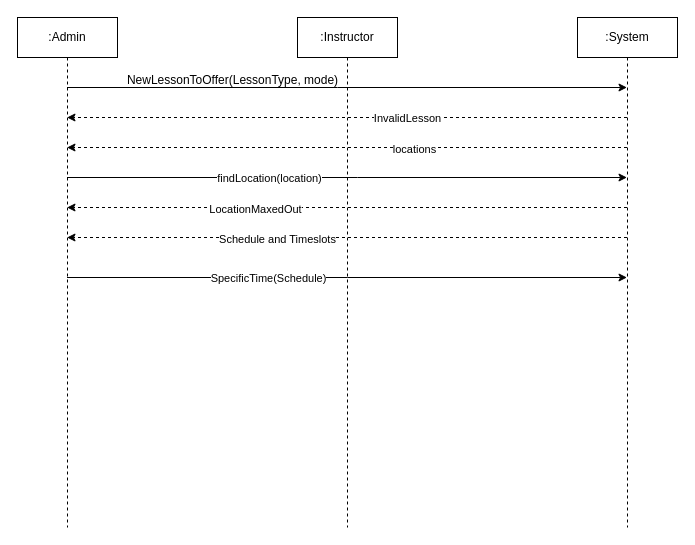
JeremyCrete/Soen342-JeremyCrete-DominicEmond keeps this draw.io diagram as Diagrams/SystemSequenceDiagram.drawio. Above is the earlier version. Source tidied: cells renumbered, new cells numbered last; positions are measured from the earlier drawing's top-left corner, leaving out a move shared by most shapes. Both pictures are drawn from the tidied source at 100%, with x=0, y=0 at pixel (17, 17).
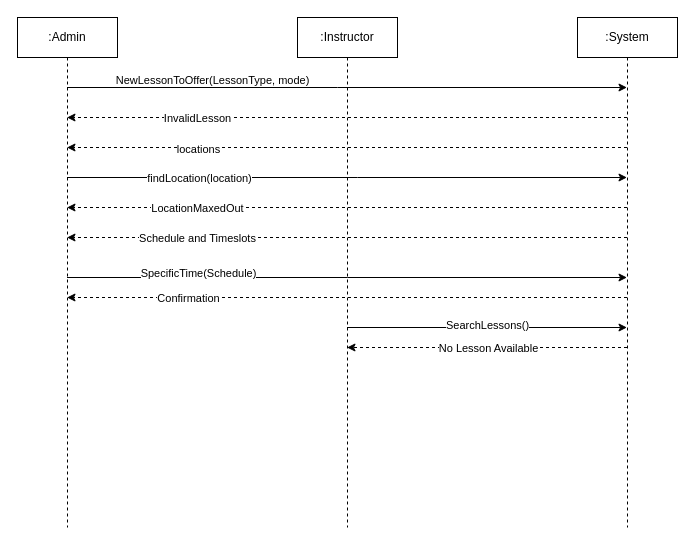
After the change.

Unchanged cells that the change refers to:
```xml
<mxCell id="2" value=":Admin" style="shape=umlLifeline;perimeter=lifelinePerimeter;whiteSpace=wrap;html=1;outlineConnect=0;portConstraint=eastwest;newEdgeStyle={&quot;curved&quot;:0,&quot;rounded&quot;:0};" parent="1" vertex="1">
  <mxGeometry width="100" height="510" as="geometry" />
</mxCell>
<mxCell id="3" value=":Instructor" style="shape=umlLifeline;perimeter=lifelinePerimeter;whiteSpace=wrap;html=1;outlineConnect=0;portConstraint=eastwest;newEdgeStyle={&quot;curved&quot;:0,&quot;rounded&quot;:0};" parent="1" vertex="1">
  <mxGeometry x="280" width="100" height="510" as="geometry" />
</mxCell>
<mxCell id="4" value=":System" style="shape=umlLifeline;perimeter=lifelinePerimeter;whiteSpace=wrap;html=1;outlineConnect=0;portConstraint=eastwest;newEdgeStyle={&quot;curved&quot;:0,&quot;rounded&quot;:0};" parent="1" vertex="1">
  <mxGeometry x="560" width="100" height="510" as="geometry" />
</mxCell>
<mxCell id="7" style="html=1;labelBackgroundColor=#ffffff;startArrow=none;startFill=0;startSize=6;endArrow=classic;endFill=1;endSize=6;jettySize=auto;strokeWidth=1;dashed=1;fontSize=14;rounded=0;" parent="1" edge="1" source="4" target="2">
  <mxGeometry relative="1" as="geometry">
    <Array as="points">
      <mxPoint x="320" y="100" />
    </Array>
  </mxGeometry>
</mxCell>
<mxCell id="9" style="html=1;labelBackgroundColor=#ffffff;startArrow=none;startFill=0;startSize=6;endArrow=classic;endFill=1;endSize=6;jettySize=auto;strokeWidth=1;dashed=1;fontSize=14;rounded=0;" parent="1" edge="1" source="4" target="2">
  <mxGeometry relative="1" as="geometry">
    <Array as="points">
      <mxPoint x="330" y="130" />
    </Array>
  </mxGeometry>
</mxCell>
<mxCell id="11" style="endArrow=classic;html=1;rounded=0;" parent="1" edge="1" source="2" target="4">
  <mxGeometry relative="1" as="geometry">
    <Array as="points">
      <mxPoint x="340" y="160" />
    </Array>
  </mxGeometry>
</mxCell>
<mxCell id="13" style="html=1;labelBackgroundColor=#ffffff;startArrow=none;startFill=0;startSize=6;endArrow=classic;endFill=1;endSize=6;jettySize=auto;strokeWidth=1;dashed=1;fontSize=14;rounded=0;" parent="1" edge="1" source="4" target="2">
  <mxGeometry relative="1" as="geometry">
    <Array as="points">
      <mxPoint x="330" y="190" />
    </Array>
  </mxGeometry>
</mxCell>
<mxCell id="15" style="html=1;labelBackgroundColor=#ffffff;startArrow=none;startFill=0;startSize=6;endArrow=classic;endFill=1;endSize=6;jettySize=auto;strokeWidth=1;dashed=1;fontSize=14;rounded=0;" parent="1" edge="1" source="4" target="2">
  <mxGeometry relative="1" as="geometry">
    <Array as="points">
      <mxPoint x="330" y="220" />
    </Array>
  </mxGeometry>
</mxCell>
<mxCell id="17" style="endArrow=classic;html=1;rounded=0;" parent="1" edge="1" source="2" target="4">
  <mxGeometry relative="1" as="geometry">
    <Array as="points">
      <mxPoint x="330" y="260" />
    </Array>
  </mxGeometry>
</mxCell>
```

Change to the diagram source:
```diff
@@
-    <mxCell id="6" value="NewLessonToOffer(LessonType, mode)" style="text;html=1;align=center;verticalAlign=middle;strokeColor=none;fillColor=none;" parent="1" vertex="1">
-      <mxGeometry x="100" y="48" width="230" height="30" as="geometry" />
+    <mxCell id="6" value="&lt;font style=&quot;font-size: 11px;&quot;&gt;NewLessonToOffer(LessonType, mode)&lt;/font&gt;" style="text;html=1;align=center;verticalAlign=middle;strokeColor=none;fillColor=none;" parent="1" vertex="1">
+      <mxGeometry x="85" y="48" width="220" height="30" as="geometry" />
     </mxCell>
@@
     <mxCell id="8" value="InvalidLesson" style="edgeLabel;html=1;align=center;verticalAlign=middle;" parent="7" vertex="1">
       <mxGeometry x="-0.2" relative="1" as="geometry">
-        <mxPoint x="4" as="offset" />
+        <mxPoint x="-206" as="offset" />
       </mxGeometry>
     </mxCell>
@@
     <mxCell id="10" value="locations" style="edgeLabel;html=1;align=center;verticalAlign=middle;" parent="9" vertex="1">
-      <mxGeometry x="-0.24" y="1" relative="1" as="geometry" />
+      <mxGeometry x="-0.24" y="1" relative="1" as="geometry">
+        <mxPoint x="-216" as="offset" />
+      </mxGeometry>
     </mxCell>
@@
     <mxCell id="12" value="findLocation(location)" style="edgeLabel;html=1;align=center;verticalAlign=middle;" parent="11" vertex="1">
-      <mxGeometry x="-0.28" relative="1" as="geometry" />
+      <mxGeometry x="-0.28" relative="1" as="geometry">
+        <mxPoint x="-70" as="offset" />
+      </mxGeometry>
     </mxCell>
@@
     <mxCell id="14" value="LocationMaxedOut" style="edgeLabel;html=1;align=center;verticalAlign=middle;" parent="13" vertex="1">
-      <mxGeometry x="0.33" y="1" relative="1" as="geometry" />
+      <mxGeometry x="0.33" y="1" relative="1" as="geometry">
+        <mxPoint x="-58" y="-1" as="offset" />
+      </mxGeometry>
     </mxCell>
@@
     <mxCell id="16" value="Schedule and Timeslots" style="edgeLabel;html=1;align=center;verticalAlign=middle;" parent="15" vertex="1">
-      <mxGeometry x="0.25" y="1" relative="1" as="geometry" />
+      <mxGeometry x="0.25" y="1" relative="1" as="geometry">
+        <mxPoint x="-80" y="-1" as="offset" />
+      </mxGeometry>
     </mxCell>
@@
     <mxCell id="18" value="SpecificTime(Schedule)" style="edgeLabel;html=1;align=center;verticalAlign=middle;" parent="17" vertex="1">
       <mxGeometry x="-0.2" relative="1" as="geometry">
-        <mxPoint x="-23" as="offset" />
+        <mxPoint x="-93" y="-5" as="offset" />
       </mxGeometry>
     </mxCell>
+    <mxCell id="19" style="html=1;labelBackgroundColor=#ffffff;startArrow=none;startFill=0;startSize=6;endArrow=classic;endFill=1;endSize=6;jettySize=auto;strokeWidth=1;dashed=1;fontSize=14;rounded=0;" parent="1" edge="1" source="4" target="2">
+      <mxGeometry relative="1" as="geometry">
+        <Array as="points">
+          <mxPoint x="330" y="280" />
+        </Array>
+      </mxGeometry>
+    </mxCell>
+    <mxCell id="20" value="Confirmation" style="edgeLabel;html=1;align=center;verticalAlign=middle;" parent="19" vertex="1">
+      <mxGeometry x="-0.14" y="2" relative="1" as="geometry">
+        <mxPoint x="-198" y="-2" as="offset" />
+      </mxGeometry>
+    </mxCell>
+    <mxCell id="21" style="endArrow=classic;html=1;rounded=0;" parent="1" edge="1" source="3" target="4">
+      <mxGeometry relative="1" as="geometry">
+        <Array as="points">
+          <mxPoint x="470" y="310" />
+        </Array>
+      </mxGeometry>
+    </mxCell>
+    <mxCell id="22" value="SearchLessons()" style="edgeLabel;html=1;align=center;verticalAlign=middle;" parent="21" vertex="1">
+      <mxGeometry x="-0.09" y="3" relative="1" as="geometry">
+        <mxPoint x="13" as="offset" />
+      </mxGeometry>
+    </mxCell>
+    <mxCell id="23" style="html=1;labelBackgroundColor=#ffffff;startArrow=none;startFill=0;startSize=6;endArrow=classic;endFill=1;endSize=6;jettySize=auto;strokeWidth=1;dashed=1;fontSize=14;rounded=0;" parent="1" edge="1" source="4" target="3">
+      <mxGeometry relative="1" as="geometry">
+        <Array as="points">
+          <mxPoint x="480" y="330" />
+        </Array>
+      </mxGeometry>
+    </mxCell>
+    <mxCell id="24" value="No Lesson Available" style="edgeLabel;html=1;align=center;verticalAlign=middle;" parent="23" vertex="1">
+      <mxGeometry x="-0.01" relative="1" as="geometry" />
+    </mxCell>
```
